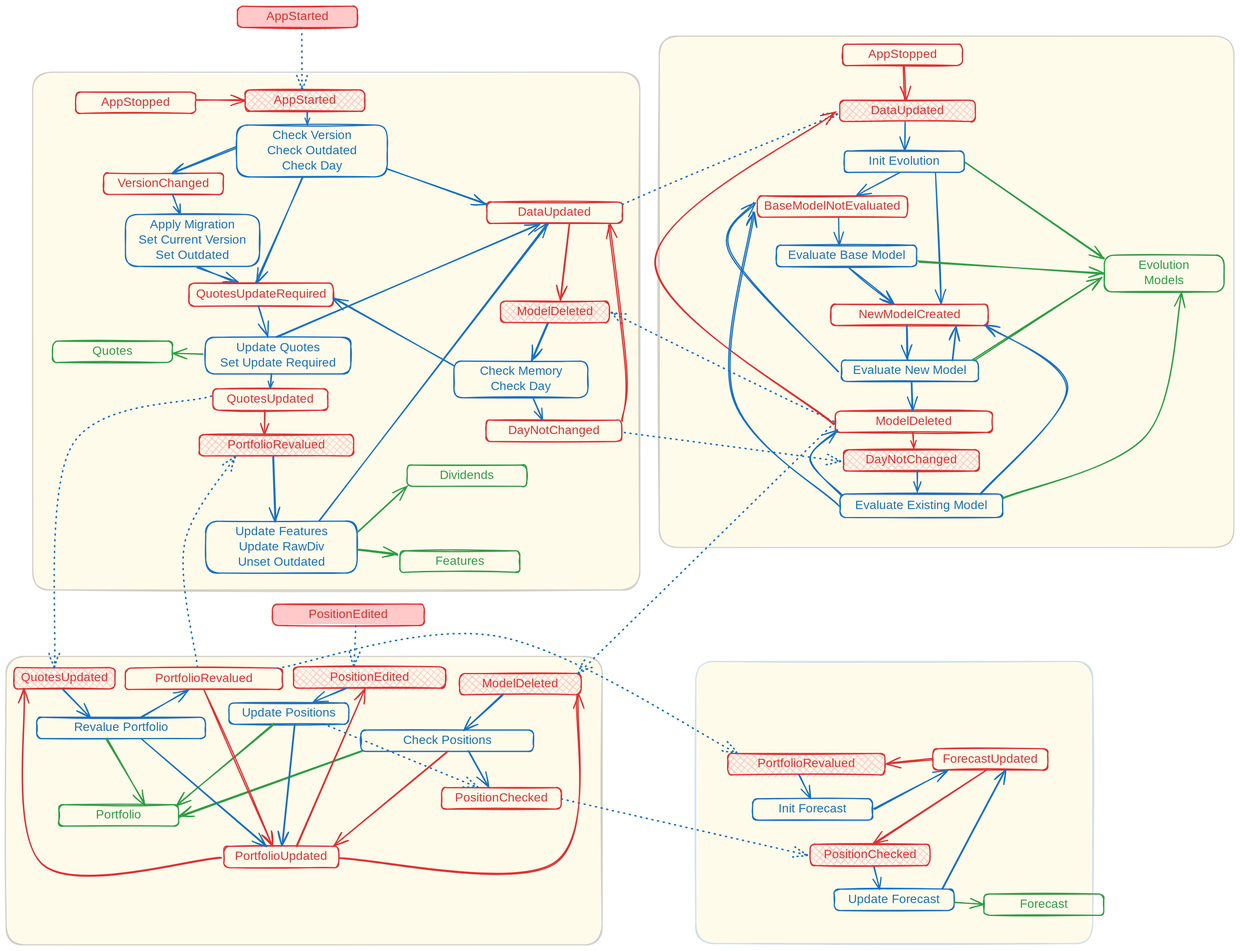
The Excalidraw diagram docs/fsm.excalidraw.svg in WLM1ke/poptimizer, before a commit. Source tidied: one line per element, renumbered; positions are measured from the earlier drawing's top-left corner, leaving out a move shared by most shapes.
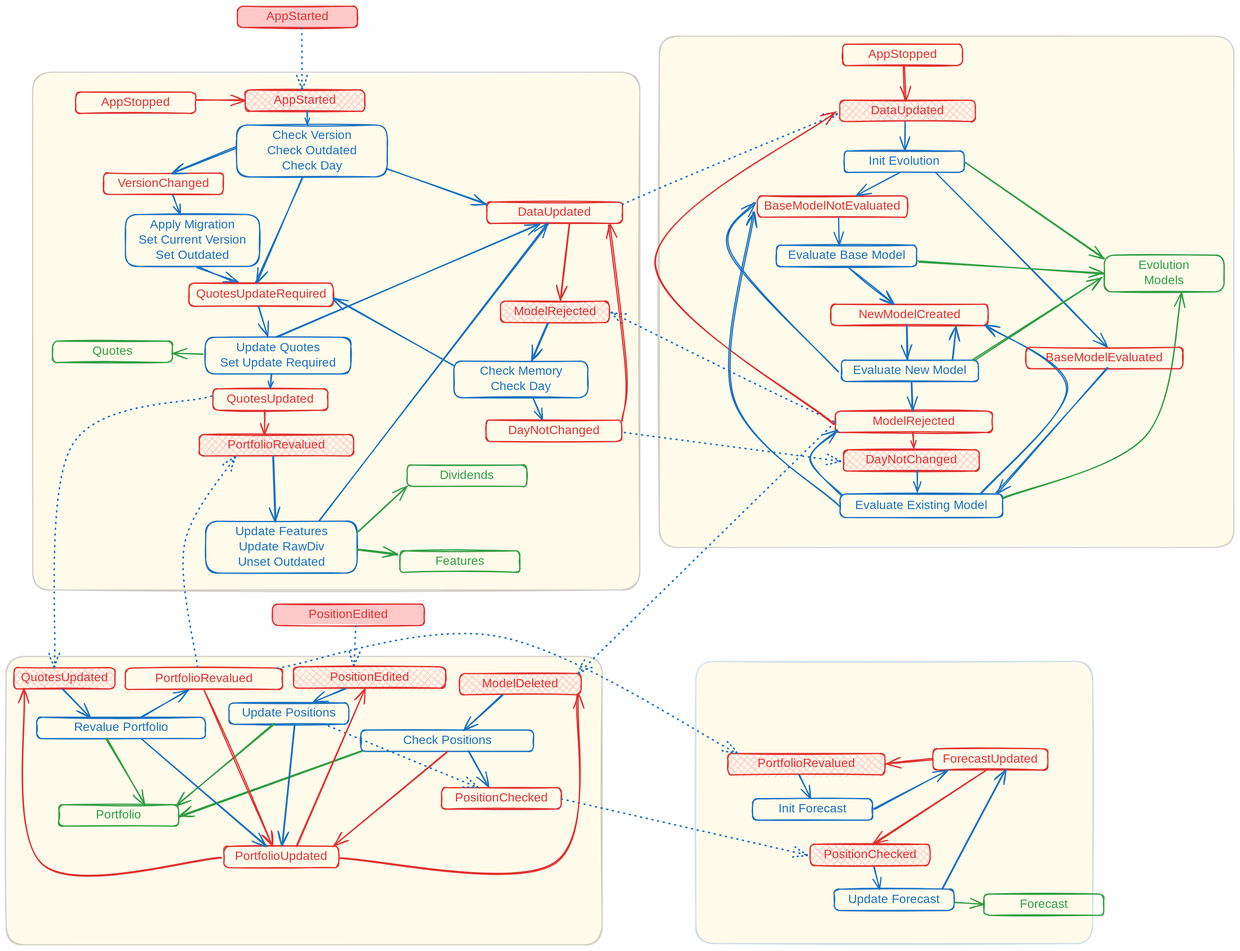
After the change.

The edit, as a diff of the source:
```diff
@@ -117,9 +117,9 @@
 {"id": 116, "type": "rectangle", "strokeColor": "#1971c2", "strokeWidth": 2, "roughness": 1, "round": true, "x": 1369, "y": 580, "width": 224, "height": 35}
 {"id": 117, "type": "text", "text": "Evaluate New Model", "strokeColor": "#1971c2", "strokeWidth": 2, "roughness": 1, "fontSize": 20, "fontFamily": 5, "textAlign": "center", "verticalAlign": "middle", "inside": 116, "x": 1385, "y": 585, "width": 192, "height": 25}
 {"id": 118, "type": "rectangle", "strokeColor": "#e03131", "strokeWidth": 2, "roughness": 1, "round": true, "x": 1359, "y": 664, "width": 258, "height": 35}
-{"id": 119, "type": "text", "text": "ModelDeleted", "strokeColor": "#e03131", "strokeWidth": 2, "roughness": 1, "fontSize": 20, "fontFamily": 5, "textAlign": "center", "verticalAlign": "middle", "inside": 118, "x": 1423, "y": 669, "width": 130, "height": 25}
+{"id": 119, "type": "text", "text": "ModelRejected", "strokeColor": "#e03131", "strokeWidth": 2, "roughness": 1, "fontSize": 20, "fontFamily": 5, "textAlign": "center", "verticalAlign": "middle", "inside": 118, "x": 1417, "y": 669, "width": 141, "height": 25}
 {"id": 120, "type": "arrow", "strokeColor": "#1971c2", "backgroundColor": "#ffc9c9", "fillStyle": "solid", "strokeWidth": 2, "roughness": 1, "endArrowhead": "arrow", "round": true, "from": 116, "to": 118, "x": 1484, "y": 615, "width": 2, "height": 48, "points": [[0, 0], [2, 48]]}
-{"id": 121, "type": "arrow", "strokeColor": "#1971c2", "backgroundColor": "#ffc9c9", "fillStyle": "solid", "strokeWidth": 2, "roughness": 1, "endArrowhead": "arrow", "round": true, "from": 114, "to": 116, "x": 1476, "y": 524, "width": 3, "height": 56, "points": [[0, 0], [3, 56]]}
+{"id": 121, "type": "arrow", "strokeColor": "#1971c2", "backgroundColor": "#ffc9c9", "fillStyle": "solid", "strokeWidth": 2, "roughness": 1, "endArrowhead": "arrow", "round": true, "from": 114, "to": 116, "x": 1475, "y": 524, "width": 3, "height": 56, "points": [[0, 0], [3, 56]]}
 {"id": 122, "type": "rectangle", "strokeColor": "#1971c2", "strokeWidth": 2, "roughness": 1, "round": true, "x": 1367, "y": 800, "width": 267, "height": 39}
 {"id": 123, "type": "text", "text": "Evaluate Existing Model", "strokeColor": "#1971c2", "strokeWidth": 2, "roughness": 1, "fontSize": 20, "fontFamily": 5, "textAlign": "center", "verticalAlign": "middle", "inside": 122, "x": 1383, "y": 806, "width": 234, "height": 25}
 {"id": 124, "type": "arrow", "strokeColor": "#1971c2", "backgroundColor": "#ffc9c9", "fillStyle": "solid", "strokeWidth": 2, "roughness": 1, "endArrowhead": "arrow", "round": true, "from": 116, "to": 110, "x": 1364, "y": 598, "width": 177, "height": 276, "points": [[0, 0], [-177, -193], [-138, -276]]}
@@ -128,7 +128,7 @@
 {"id": 127, "type": "arrow", "strokeColor": "#1971c2", "backgroundColor": "#ffc9c9", "fillStyle": "solid", "strokeWidth": 2, "roughness": 1, "endArrowhead": "arrow", "from": 110, "to": 125, "x": 1365, "y": 346, "width": 1, "height": 45, "points": [[0, 0], [1, 45]]}
 {"id": 128, "type": "arrow", "strokeColor": "#1971c2", "backgroundColor": "#ffc9c9", "fillStyle": "solid", "strokeWidth": 2, "roughness": 1, "endArrowhead": "arrow", "from": 125, "to": 114, "x": 1380, "y": 427, "width": 76, "height": 61, "points": [[0, 0], [76, 61]]}
 {"id": 129, "type": "arrow", "strokeColor": "#1971c2", "backgroundColor": "#ffc9c9", "fillStyle": "solid", "strokeWidth": 2, "roughness": 1, "endArrowhead": "arrow", "from": 112, "to": 110, "x": 1465, "y": 273, "width": 71, "height": 38, "points": [[0, 0], [-71, 38]]}
-{"id": 130, "type": "arrow", "strokeColor": "#1971c2", "backgroundColor": "#ffc9c9", "fillStyle": "solid", "strokeWidth": 2, "roughness": 1, "endArrowhead": "arrow", "from": 112, "to": 114, "x": 1523, "y": 273, "width": 9, "height": 215, "points": [[0, 0], [9, 215]]}
+{"id": 130, "type": "arrow", "strokeColor": "#1971c2", "backgroundColor": "#ffc9c9", "fillStyle": "solid", "strokeWidth": 2, "roughness": 1, "endArrowhead": "arrow", "from": 112, "to": 170, "x": 1523, "y": 273, "width": 281, "height": 286, "points": [[0, 0], [281, 286]]}
 {"id": 131, "type": "arrow", "strokeColor": "#1971c2", "backgroundColor": "#ffc9c9", "fillStyle": "solid", "strokeWidth": 2, "strokeStyle": "dotted", "roughness": 1, "endArrowhead": "arrow", "from": 45, "to": 105, "x": 1010, "y": 325, "width": 353, "height": 149, "points": [[0, 0], [353, -149]]}
 {"id": 132, "type": "arrow", "strokeColor": "#1971c2", "backgroundColor": "#ffc9c9", "fillStyle": "solid", "strokeWidth": 2, "roughness": 1, "endArrowhead": "arrow", "from": 105, "to": 112, "x": 1474, "y": 189, "width": 0, "height": 47, "points": [[0, 0], [0, 47]]}
 {"id": 133, "type": "arrow", "strokeColor": "#e03131", "backgroundColor": "#ffc9c9", "fillStyle": "solid", "strokeWidth": 2, "roughness": 1, "endArrowhead": "arrow", "from": 54, "to": 80, "x": 324, "y": 1120, "width": 113, "height": 257, "points": [[0, 0], [113, 257]]}
@@ -140,7 +140,7 @@
 {"id": 139, "type": "arrow", "strokeColor": "#1971c2", "strokeWidth": 2, "roughness": 1, "endArrowhead": "arrow", "round": true, "from": 116, "to": 114, "x": 1551, "y": 580, "width": 6, "height": 56, "points": [[0, 0], [6, -56]]}
 {"id": 140, "type": "arrow", "strokeColor": "#1971c2", "strokeWidth": 2, "roughness": 1, "endArrowhead": "arrow", "round": true, "from": 122, "to": 114, "x": 1597, "y": 800, "width": 142, "height": 276, "points": [[0, 0], [142, -171], [9, -276]]}
 {"id": 141, "type": "rectangle", "strokeColor": "#e03131", "backgroundColor": "#ffc9c9", "fillStyle": "cross-hatch", "strokeWidth": 2, "roughness": 1, "round": true, "x": 810, "y": 484, "width": 179, "height": 35}
-{"id": 142, "type": "text", "text": "ModelDeleted", "strokeColor": "#e03131", "strokeWidth": 2, "roughness": 1, "fontSize": 20, "fontFamily": 5, "textAlign": "center", "verticalAlign": "middle", "inside": 141, "x": 835, "y": 489, "width": 130, "height": 25}
+{"id": 142, "type": "text", "text": "ModelRejected", "strokeColor": "#e03131", "strokeWidth": 2, "roughness": 1, "fontSize": 20, "fontFamily": 5, "textAlign": "center", "verticalAlign": "middle", "inside": 141, "x": 829, "y": 489, "width": 141, "height": 25}
 {"id": 143, "type": "rectangle", "strokeColor": "#1971c2", "strokeWidth": 2, "roughness": 1, "round": true, "x": 734, "y": 582, "width": 220, "height": 60}
 {"id": 144, "type": "text", "text": "Check Memory\nCheck Day", "strokeColor": "#1971c2", "strokeWidth": 2, "roughness": 1, "fontSize": 20, "fontFamily": 5, "textAlign": "center", "verticalAlign": "middle", "inside": 143, "x": 777, "y": 587, "width": 134, "height": 50}
 {"id": 145, "type": "arrow", "strokeColor": "#e03131", "backgroundColor": "#ffc9c9", "fillStyle": "solid", "strokeWidth": 2, "roughness": 1, "endArrowhead": "arrow", "round": true, "from": 45, "to": 141, "x": 923, "y": 356, "width": 15, "height": 127, "points": [[0, 0], [-15, 127]]}
@@ -168,3 +168,6 @@
 {"id": 167, "type": "text", "text": "Init Forecast", "strokeColor": "#1971c2", "strokeWidth": 2, "roughness": 1, "fontSize": 20, "fontFamily": 5, "textAlign": "center", "verticalAlign": "middle", "inside": 166, "x": 1256, "y": 1304, "width": 132, "height": 25}
 {"id": 168, "type": "arrow", "strokeColor": "#1971c2", "strokeWidth": 2, "roughness": 1, "endArrowhead": "arrow", "round": true, "from": 162, "to": 166, "x": 1299, "y": 1260, "width": 20, "height": 39, "points": [[0, 0], [20, 39]]}
 {"id": 169, "type": "arrow", "strokeColor": "#1971c2", "strokeWidth": 2, "roughness": 1, "endArrowhead": "arrow", "round": true, "from": 166, "to": 90, "x": 1424, "y": 1317, "width": 121, "height": 65, "points": [[0, 0], [121, -65]]}
+{"id": 170, "type": "rectangle", "strokeColor": "#e03131", "strokeWidth": 2, "roughness": 1, "round": true, "x": 1671, "y": 559, "width": 258, "height": 35}
+{"id": 171, "type": "text", "text": "BaseModelEvaluated", "strokeColor": "#e03131", "strokeWidth": 2, "roughness": 1, "fontSize": 20, "fontFamily": 5, "textAlign": "center", "verticalAlign": "middle", "inside": 170, "x": 1701, "y": 564, "width": 199, "height": 25}
+{"id": 172, "type": "arrow", "strokeColor": "#1971c2", "strokeWidth": 2, "roughness": 1, "endArrowhead": "arrow", "round": true, "from": 170, "to": 122, "x": 1805, "y": 593, "width": 182, "height": 205, "points": [[0, 0], [-182, 205]]}
```
